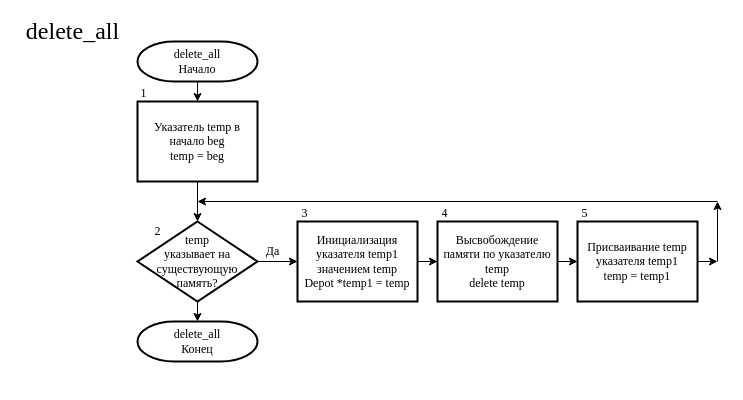
Earlier version of the draw.io diagram page "Удаление списка" (3 of 12) of Структурные схемы для КП.drawio (noidoRG/my-draw.io). Source tidied: cells renumbered, new cells numbered last; positions are measured from the earlier drawing's top-left corner, leaving out a move shared by most shapes. Both pictures are drawn from the tidied source at 100%, with x=0, y=0 at pixel (17, 21).
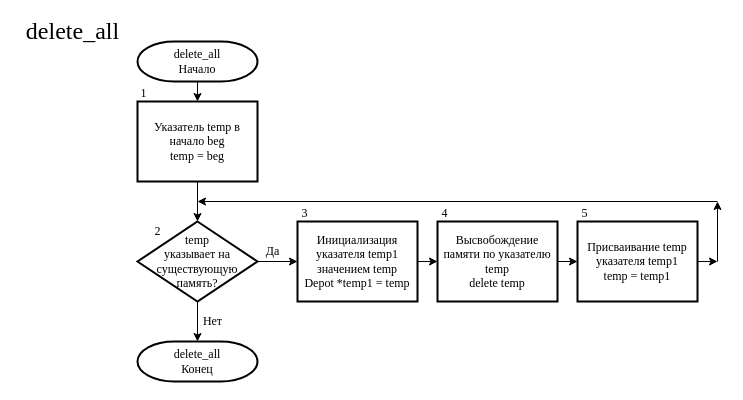
The same diagram, later.

Change to the diagram source:
```diff
@@
     <mxCell id="18" value="delete_all&lt;br&gt;Конец" style="strokeWidth=2;html=1;shape=mxgraph.flowchart.terminator;whiteSpace=wrap;fontFamily=Times New Roman;fontSize=12;" parent="1" vertex="1">
-      <mxGeometry x="120" y="300" width="120" height="40" as="geometry" />
+      <mxGeometry x="120" y="320" width="120" height="40" as="geometry" />
     </mxCell>
@@
+    <mxCell id="25" value="Нет" style="text;html=1;align=center;verticalAlign=middle;strokeColor=none;fillColor=none;fontFamily=Times New Roman;" parent="1" vertex="1">
+      <mxGeometry x="180" y="290" width="30" height="20" as="geometry" />
+    </mxCell>
```
